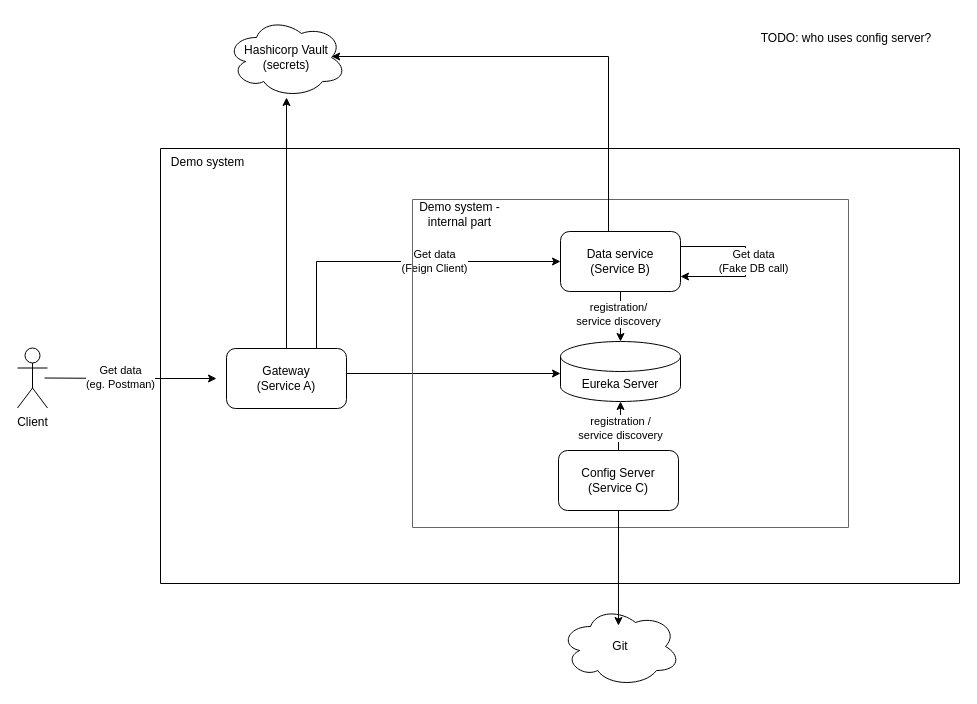
Before: architecture.drawio in mcaniga/instea-microservices-presentation, a draw.io diagram. Source tidied: cells renumbered, new cells numbered last; positions are measured from the earlier drawing's top-left corner, leaving out a move shared by most shapes. Both pictures are drawn from the tidied source at 100%, with x=0, y=0 at pixel (17, 17).
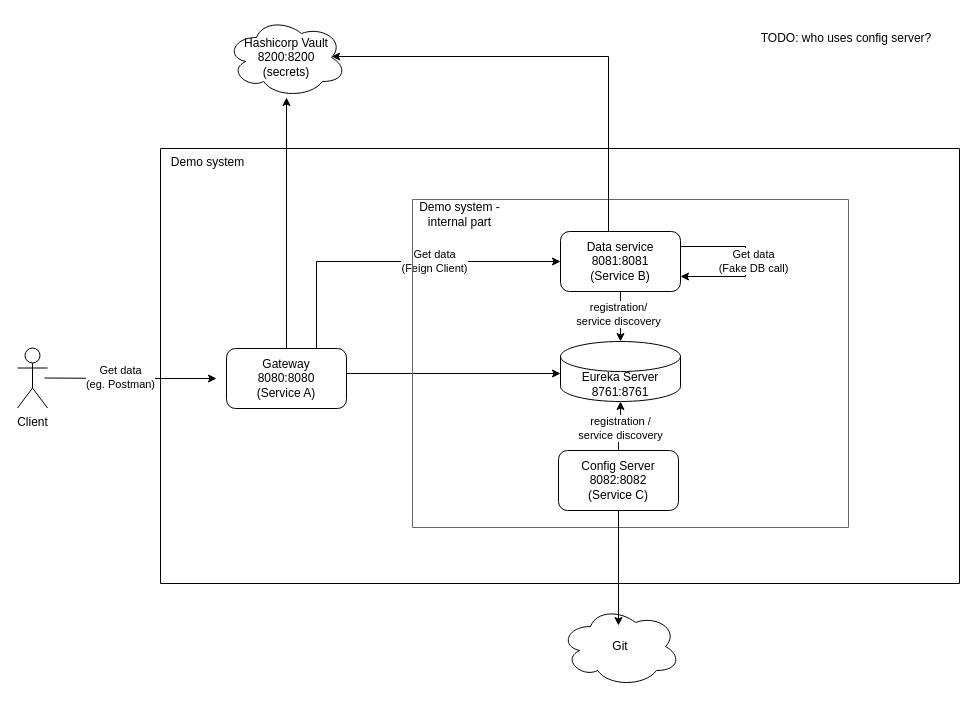
The same diagram, later.

The change refers to these unchanged cells:
```xml
<mxCell id="10" style="swimlane;startSize=0;" parent="1" vertex="1">
  <mxGeometry x="143" y="131" width="799" height="435" as="geometry" />
</mxCell>
```

The edit, as a diff of the source:
```diff
@@
-    <mxCell id="5" value="Gateway&lt;div&gt;(Service A)&lt;/div&gt;" style="rounded=1;whiteSpace=wrap;html=1;" parent="1" vertex="1">
+    <mxCell id="5" value="Gateway&lt;div&gt;8080:8080&lt;br&gt;&lt;div&gt;(Service A)&lt;/div&gt;&lt;/div&gt;" style="rounded=1;whiteSpace=wrap;html=1;" parent="1" vertex="1">
       <mxGeometry x="209" y="331" width="120" height="60" as="geometry" />
     </mxCell>
@@
-    <mxCell id="15" value="Config Server&lt;div&gt;(Service C)&lt;/div&gt;" style="rounded=1;whiteSpace=wrap;html=1;" parent="10" vertex="1">
+    <mxCell id="15" value="Config Server&lt;div&gt;8082:8082&lt;br&gt;&lt;div&gt;(Service C)&lt;/div&gt;&lt;/div&gt;" style="rounded=1;whiteSpace=wrap;html=1;" parent="10" vertex="1">
       <mxGeometry x="398" y="302" width="120" height="60" as="geometry" />
     </mxCell>
-    <mxCell id="16" value="Eureka Server" style="rounded=1;whiteSpace=wrap;html=1;shape=cylinder3;boundedLbl=1;backgroundOutline=1;size=15;" parent="10" vertex="1">
+    <mxCell id="16" value="Eureka Server&lt;div&gt;8761:8761&lt;br&gt;&lt;/div&gt;" style="rounded=1;whiteSpace=wrap;html=1;shape=cylinder3;boundedLbl=1;backgroundOutline=1;size=15;" parent="10" vertex="1">
       <mxGeometry x="400" y="193" width="120" height="60" as="geometry" />
     </mxCell>
@@
-    <mxCell id="19" value="&lt;div&gt;Data service&lt;/div&gt;&lt;div&gt;(Service B)&lt;/div&gt;" style="rounded=1;whiteSpace=wrap;html=1;" parent="10" vertex="1">
+    <mxCell id="19" value="&lt;div&gt;Data service&lt;/div&gt;&lt;div&gt;8081:8081&lt;/div&gt;&lt;div&gt;(Service B)&lt;/div&gt;" style="rounded=1;whiteSpace=wrap;html=1;" parent="10" vertex="1">
       <mxGeometry x="400" y="83" width="120" height="60" as="geometry" />
     </mxCell>
@@
-    <mxCell id="22" value="Hashicorp Vault&lt;div&gt;(secrets)&lt;/div&gt;" style="ellipse;shape=cloud;whiteSpace=wrap;html=1;" parent="1" vertex="1">
+    <mxCell id="22" value="Hashicorp Vault&lt;div&gt;8200:8200&lt;br&gt;&lt;div&gt;(secrets)&lt;/div&gt;&lt;/div&gt;" style="ellipse;shape=cloud;whiteSpace=wrap;html=1;" parent="1" vertex="1">
       <mxGeometry x="209" width="120" height="80" as="geometry" />
     </mxCell>
```
